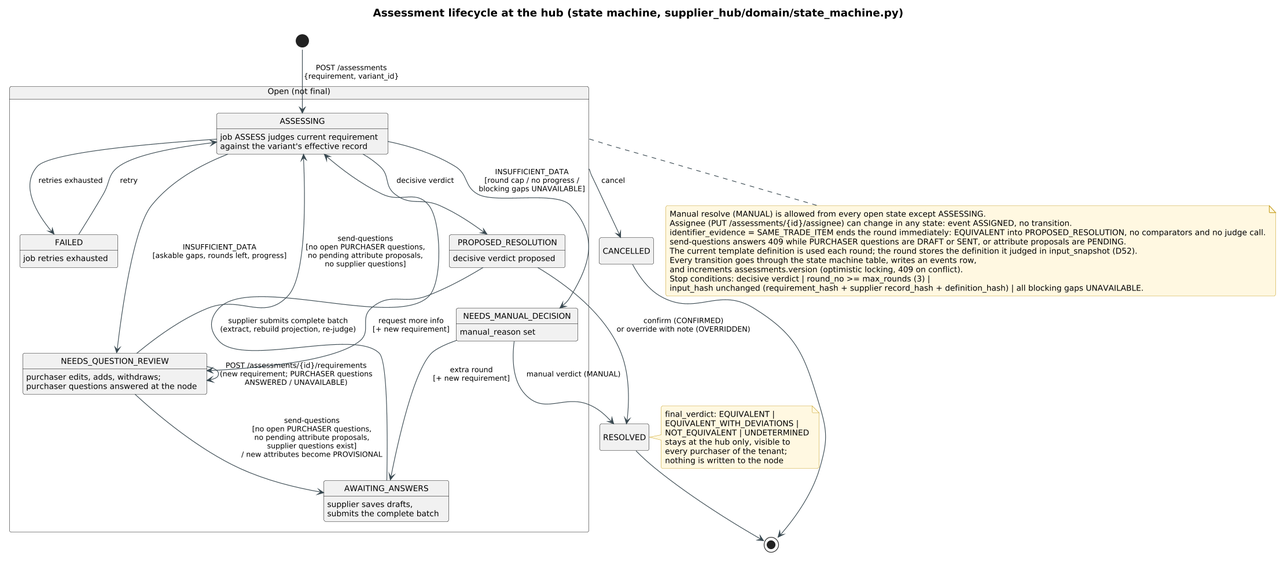
Above: charts/png/08_assessment_states.png in RatlingHitman136/sanovio-test (PlantUML), before the change. Its diagram source:
```plantuml
@startuml 08_assessment_states
!pragma layout smetana
!include _style.iuml
title Assessment lifecycle at the hub (state machine, supplier_hub/domain/state_machine.py)
hide empty description

[*] --> ASSESSING : POST /assessments\n{requirement, variant_id}

state "Open (not final)" as OPEN {
  state ASSESSING : job ASSESS judges current requirement\nagainst the variant's effective record
  state NEEDS_QUESTION_REVIEW : purchaser edits, adds, withdraws;\npurchaser questions answered at the node
  state AWAITING_ANSWERS : supplier saves drafts,\nsubmits the complete batch
  state PROPOSED_RESOLUTION : decisive verdict proposed
  state NEEDS_MANUAL_DECISION : manual_reason set
  state FAILED : job retries exhausted

  ASSESSING --> NEEDS_QUESTION_REVIEW : INSUFFICIENT_DATA\n[askable gaps, rounds left, progress]
  ASSESSING --> PROPOSED_RESOLUTION : decisive verdict
  ASSESSING --> NEEDS_MANUAL_DECISION : INSUFFICIENT_DATA\n[round cap / no progress /\nblocking gaps UNAVAILABLE]
  ASSESSING --> FAILED : retries exhausted
  FAILED --> ASSESSING : retry

  NEEDS_QUESTION_REVIEW --> NEEDS_QUESTION_REVIEW : POST /assessments/{id}/requirements\n(new requirement; PURCHASER questions\nANSWERED / UNAVAILABLE)
  NEEDS_QUESTION_REVIEW --> AWAITING_ANSWERS : send-questions\n[no open PURCHASER questions,\nno pending attribute proposals,\nsupplier questions exist]\n/ new attributes become PROVISIONAL
  NEEDS_QUESTION_REVIEW --> ASSESSING : send-questions\n[no open PURCHASER questions,\nno pending attribute proposals,\nno supplier questions]
  AWAITING_ANSWERS --> ASSESSING : supplier submits complete batch\n(extract, rebuild projection, re-judge)

  PROPOSED_RESOLUTION --> NEEDS_QUESTION_REVIEW : request more info\n[+ new requirement]
  NEEDS_MANUAL_DECISION --> AWAITING_ANSWERS : extra round\n[+ new requirement]
}

PROPOSED_RESOLUTION --> RESOLVED : confirm (CONFIRMED)\nor override with note (OVERRIDDEN)
NEEDS_MANUAL_DECISION --> RESOLVED : manual verdict (MANUAL)
OPEN --> CANCELLED : cancel

RESOLVED --> [*]
CANCELLED --> [*]

note right of RESOLVED
  final_verdict: EQUIVALENT |
  EQUIVALENT_WITH_DEVIATIONS |
  NOT_EQUIVALENT | UNDETERMINED
  stays at the hub only, visible to
  every purchaser of the tenant;
  nothing is written to the node
end note

note bottom of OPEN
  Manual resolve (MANUAL) is allowed from every open state except ASSESSING.
  Assignee (PUT /assessments/{id}/assignee) can change in any state: event ASSIGNED, no transition.
  identifier_evidence = SAME_TRADE_ITEM ends the round immediately: EQUIVALENT into PROPOSED_RESOLUTION, no comparators and no judge call.
  send-questions answers 409 while PURCHASER questions are DRAFT or SENT, or attribute proposals are PENDING.
  The current template definition is used each round; the round stores the definition it judged in input_snapshot (D52).
  Every transition goes through the state machine table, writes an events row,
  and increments assessments.version (optimistic locking, 409 on conflict).
  Stop conditions: decisive verdict | round_no >= max_rounds (3) |
  input_hash unchanged (requirement_hash + supplier record_hash + definition_hash) | all blocking gaps UNAVAILABLE.
end note

@enduml
```
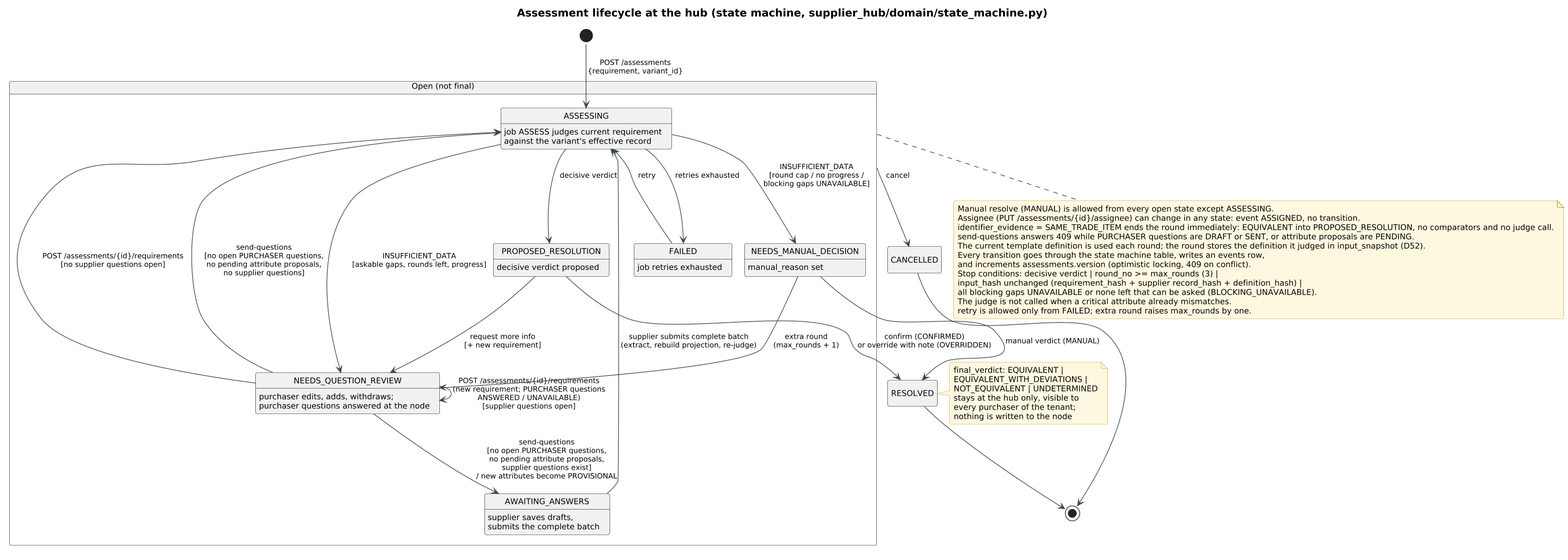
After the change.

Diff of the diagram source:
```diff
@@ -20,13 +20,14 @@
   ASSESSING --> FAILED : retries exhausted
   FAILED --> ASSESSING : retry
 
-  NEEDS_QUESTION_REVIEW --> NEEDS_QUESTION_REVIEW : POST /assessments/{id}/requirements\n(new requirement; PURCHASER questions\nANSWERED / UNAVAILABLE)
+  NEEDS_QUESTION_REVIEW --> NEEDS_QUESTION_REVIEW : POST /assessments/{id}/requirements\n(new requirement; PURCHASER questions\nANSWERED / UNAVAILABLE)\n[supplier questions open]
+  NEEDS_QUESTION_REVIEW --> ASSESSING : POST /assessments/{id}/requirements\n[no supplier questions open]
   NEEDS_QUESTION_REVIEW --> AWAITING_ANSWERS : send-questions\n[no open PURCHASER questions,\nno pending attribute proposals,\nsupplier questions exist]\n/ new attributes become PROVISIONAL
   NEEDS_QUESTION_REVIEW --> ASSESSING : send-questions\n[no open PURCHASER questions,\nno pending attribute proposals,\nno supplier questions]
   AWAITING_ANSWERS --> ASSESSING : supplier submits complete batch\n(extract, rebuild projection, re-judge)
 
   PROPOSED_RESOLUTION --> NEEDS_QUESTION_REVIEW : request more info\n[+ new requirement]
-  NEEDS_MANUAL_DECISION --> AWAITING_ANSWERS : extra round\n[+ new requirement]
+  NEEDS_MANUAL_DECISION --> NEEDS_QUESTION_REVIEW : extra round\n(max_rounds + 1)
 }
 
 PROPOSED_RESOLUTION --> RESOLVED : confirm (CONFIRMED)\nor override with note (OVERRIDDEN)
@@ -54,7 +55,10 @@
   Every transition goes through the state machine table, writes an events row,
   and increments assessments.version (optimistic locking, 409 on conflict).
   Stop conditions: decisive verdict | round_no >= max_rounds (3) |
-  input_hash unchanged (requirement_hash + supplier record_hash + definition_hash) | all blocking gaps UNAVAILABLE.
+  input_hash unchanged (requirement_hash + supplier record_hash + definition_hash) |
+  all blocking gaps UNAVAILABLE or none left that can be asked (BLOCKING_UNAVAILABLE).
+  The judge is not called when a critical attribute already mismatches.
+  retry is allowed only from FAILED; extra round raises max_rounds by one.
 end note
 
 @enduml
```
